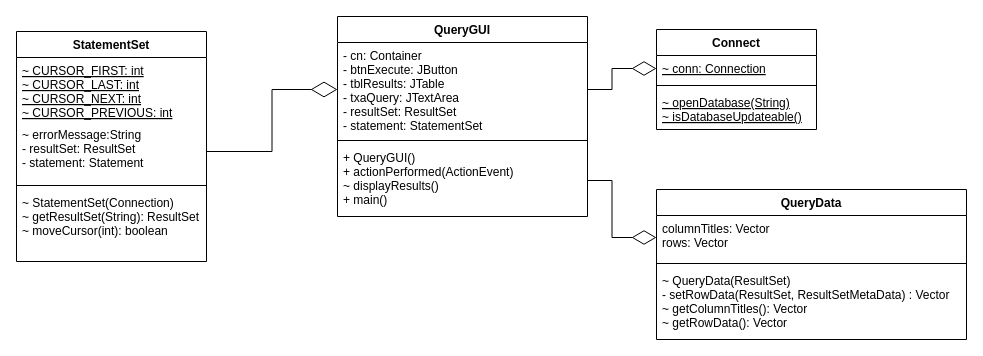
This is page "QueryGUI" (2 of 2) of Java/Database/Database.drawio from zamk112/script-repo, a draw.io file, before an edit. Source tidied: cells renumbered, new cells numbered last; positions are measured from the earlier drawing's top-left corner, leaving out a move shared by most shapes. Both pictures are drawn from the tidied source at 100%, with x=0, y=0 at pixel (16, 16).
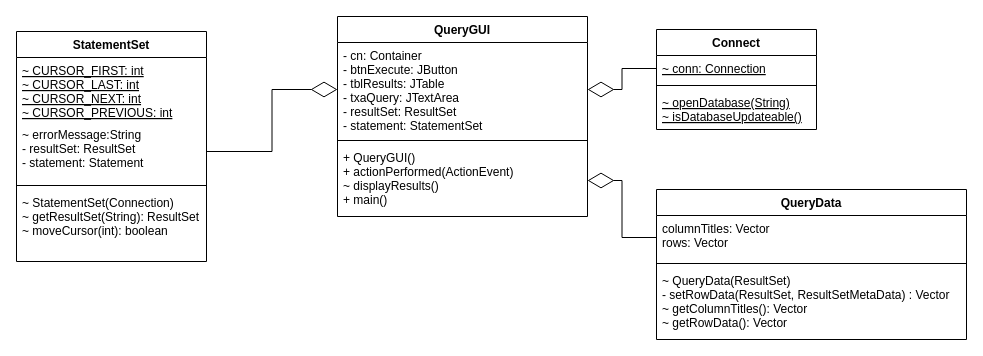
The same diagram, later.

Unchanged cells that the change refers to:
```xml
<mxCell id="8" value="- cn: Container&#10;- btnExecute: JButton&#10;- tblResults: JTable&#10;- txaQuery: JTextArea&#10;- resultSet: ResultSet&#10;- statement: StatementSet" style="text;strokeColor=none;fillColor=none;align=left;verticalAlign=top;spacingLeft=4;spacingRight=4;overflow=hidden;points=[[0,0.5],[1,0.5]];portConstraint=eastwest;" parent="7" vertex="1">
  <mxGeometry y="26" width="250" height="94" as="geometry" />
</mxCell>
<mxCell id="10" value="+ QueryGUI()&#10;+ actionPerformed(ActionEvent)&#10;~ displayResults()&#10;+ main()" style="text;strokeColor=none;fillColor=none;align=left;verticalAlign=top;spacingLeft=4;spacingRight=4;overflow=hidden;points=[[0,0.5],[1,0.5]];portConstraint=eastwest;" parent="7" vertex="1">
  <mxGeometry y="128" width="250" height="72" as="geometry" />
</mxCell>
<mxCell id="12" value="~ conn: Connection" style="text;strokeColor=none;fillColor=none;align=left;verticalAlign=top;spacingLeft=4;spacingRight=4;overflow=hidden;points=[[0,0.5],[1,0.5]];portConstraint=eastwest;fontStyle=4;" parent="11" vertex="1">
  <mxGeometry y="26" width="160" height="26" as="geometry" />
</mxCell>
<mxCell id="18" value="columnTitles: Vector&#10;rows: Vector" style="text;strokeColor=none;fillColor=none;align=left;verticalAlign=top;spacingLeft=4;spacingRight=4;overflow=hidden;points=[[0,0.5],[1,0.5]];portConstraint=eastwest;" parent="17" vertex="1">
  <mxGeometry y="26" width="310" height="44" as="geometry" />
</mxCell>
```

The edit, as a diff of the source:
```diff
@@
-    <mxCell id="16" style="edgeStyle=orthogonalEdgeStyle;rounded=0;jettySize=auto;html=1;exitX=1;exitY=0.5;exitDx=0;exitDy=0;entryX=0;entryY=0.5;entryDx=0;entryDy=0;endArrow=diamondThin;endFill=0;endSize=22;strokeColor=default;strokeWidth=1;" parent="1" edge="1" source="8" target="12">
-      <mxGeometry relative="1" as="geometry" />
-    </mxCell>
@@
-    <mxCell id="21" style="edgeStyle=orthogonalEdgeStyle;rounded=0;jettySize=auto;html=1;exitX=1;exitY=0.5;exitDx=0;exitDy=0;entryX=0;entryY=0.5;entryDx=0;entryDy=0;endArrow=diamondThin;endFill=0;endSize=22;strokeColor=default;strokeWidth=1;" parent="1" edge="1" source="10" target="18">
-      <mxGeometry relative="1" as="geometry" />
-    </mxCell>
+    <mxCell id="22" style="endArrow=diamondThin;endFill=0;endSize=24;html=1;rounded=0;entryX=1;entryY=0.5;entryDx=0;entryDy=0;exitX=0;exitY=0.5;exitDx=0;exitDy=0;edgeStyle=orthogonalEdgeStyle;" parent="1" edge="1" source="12" target="8">
+      <mxGeometry relative="1" as="geometry" />
+    </mxCell>
+    <mxCell id="23" style="endArrow=diamondThin;endFill=0;endSize=24;html=1;rounded=0;entryX=1;entryY=0.5;entryDx=0;entryDy=0;exitX=0;exitY=0.5;exitDx=0;exitDy=0;edgeStyle=orthogonalEdgeStyle;" parent="1" edge="1" source="18" target="10">
+      <mxGeometry relative="1" as="geometry" />
+    </mxCell>
```
